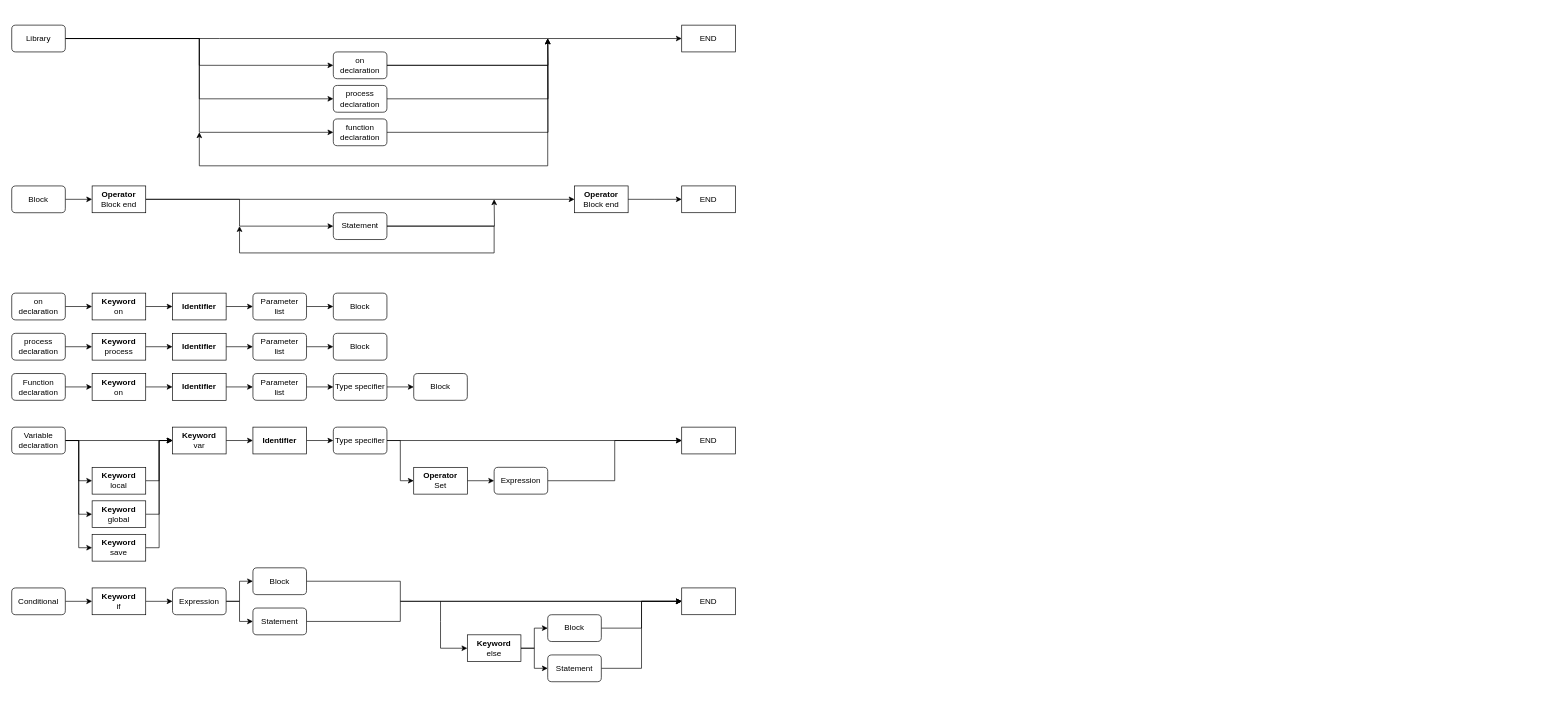
The draw.io diagram Hypercode Grammar.drawio in tecc/Hypercode, before the edit. Source tidied: cells renumbered, new cells numbered last; positions are measured from the earlier drawing's top-left corner, leaving out a move shared by most shapes. Both pictures are drawn from the tidied source at 67%, with x=0, y=0 at pixel (11, 25).
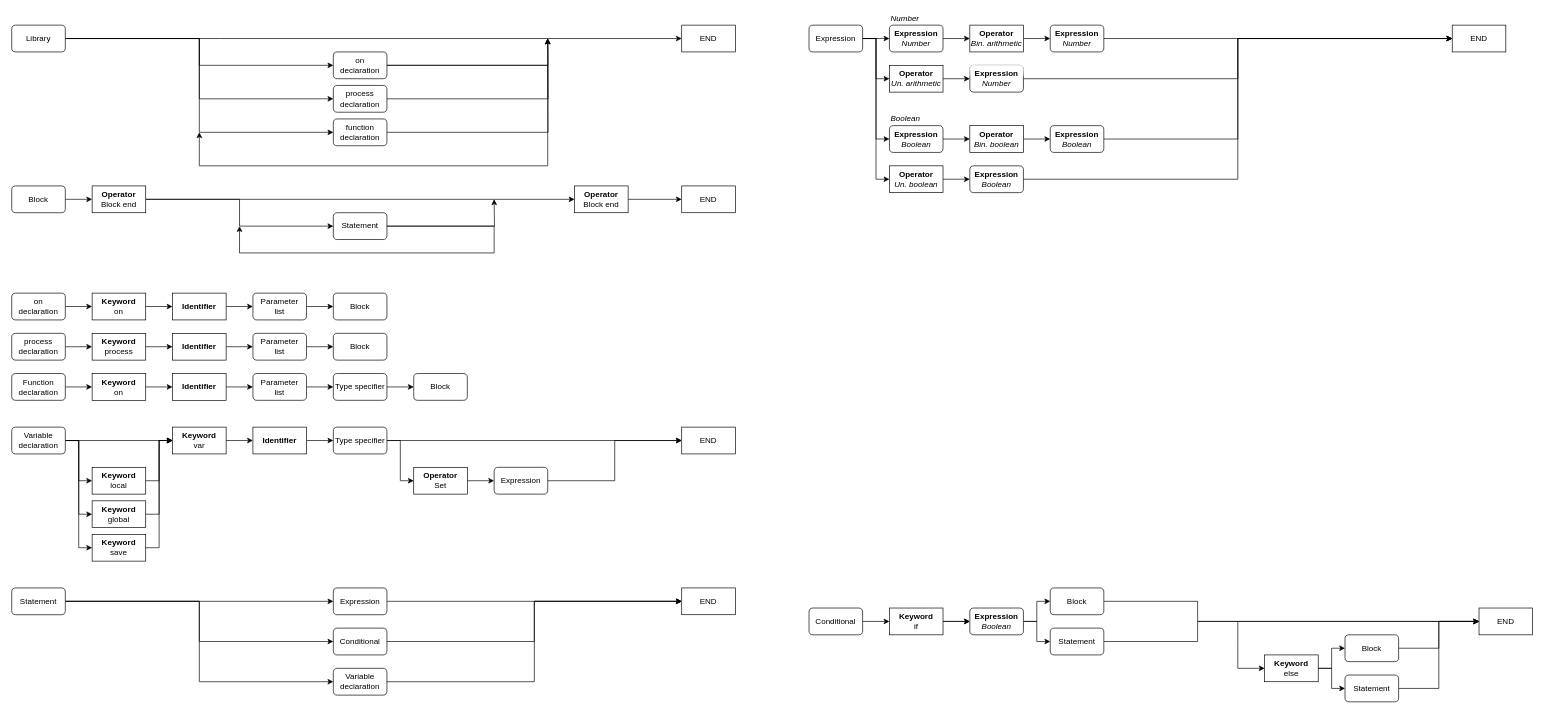
The same diagram, later.

What changed in the source:
```diff
@@
     <mxCell id="79" value="Conditional" style="rounded=1;whiteSpace=wrap;html=1;" parent="1" vertex="1">
-      <mxGeometry y="840" width="80" height="40" as="geometry" />
+      <mxGeometry x="1190" y="870" width="80" height="40" as="geometry" />
     </mxCell>
@@
+    <mxCell id="98" style="edgeStyle=orthogonalEdgeStyle;rounded=0;jettySize=auto;html=1;" parent="1" edge="1" source="81" target="84">
+      <mxGeometry relative="1" as="geometry" />
+    </mxCell>
     <mxCell id="81" value="&lt;b&gt;Keyword&lt;br&gt;&lt;/b&gt;if&lt;br&gt;&lt;b&gt;&lt;/b&gt;" style="rounded=0;whiteSpace=wrap;html=1;" parent="1" vertex="1">
-      <mxGeometry x="120" y="840" width="80" height="40" as="geometry" />
+      <mxGeometry x="1310" y="870" width="80" height="40" as="geometry" />
     </mxCell>
@@
-    <mxCell id="84" value="Expression" style="rounded=1;whiteSpace=wrap;html=1;" parent="1" vertex="1">
-      <mxGeometry x="240" y="840" width="80" height="40" as="geometry" />
+    <mxCell id="84" value="&lt;div&gt;&lt;b&gt;Expression&lt;/b&gt;&lt;/div&gt;&lt;div&gt;&lt;i&gt;Boolean&lt;/i&gt;&lt;br&gt;&lt;b&gt;&lt;/b&gt;&lt;/div&gt;" style="rounded=1;whiteSpace=wrap;html=1;" parent="1" vertex="1">
+      <mxGeometry x="1430" y="870" width="80" height="40" as="geometry" />
     </mxCell>
     <mxCell id="85" style="edgeStyle=orthogonalEdgeStyle;rounded=0;jettySize=auto;html=1;entryX=0;entryY=0.5;entryDx=0;entryDy=0;" parent="1" edge="1" source="86" target="87">
       <mxGeometry relative="1" as="geometry">
         <Array as="points">
-          <mxPoint x="580" y="830" />
-          <mxPoint x="580" y="860" />
+          <mxPoint x="1770" y="860" />
+          <mxPoint x="1770" y="890" />
         </Array>
       </mxGeometry>
     </mxCell>
     <mxCell id="86" value="Block" style="rounded=1;whiteSpace=wrap;html=1;" parent="1" vertex="1">
-      <mxGeometry x="360" y="810" width="80" height="40" as="geometry" />
+      <mxGeometry x="1550" y="840" width="80" height="40" as="geometry" />
     </mxCell>
     <mxCell id="87" value="END" style="rounded=0;whiteSpace=wrap;html=1;" parent="1" vertex="1">
-      <mxGeometry x="1000" y="840" width="80" height="40" as="geometry" />
+      <mxGeometry x="2190" y="870" width="80" height="40" as="geometry" />
     </mxCell>
     <mxCell id="88" style="edgeStyle=orthogonalEdgeStyle;rounded=0;jettySize=auto;html=1;entryX=0;entryY=0.5;entryDx=0;entryDy=0;" parent="1" edge="1" source="90" target="87">
       <mxGeometry relative="1" as="geometry">
         <Array as="points">
-          <mxPoint x="580" y="890" />
-          <mxPoint x="580" y="860" />
+          <mxPoint x="1770" y="920" />
+          <mxPoint x="1770" y="890" />
         </Array>
       </mxGeometry>
     </mxCell>
     <mxCell id="89" style="edgeStyle=orthogonalEdgeStyle;rounded=0;jettySize=auto;html=1;entryX=0;entryY=0.5;entryDx=0;entryDy=0;" parent="1" edge="1" target="93">
       <mxGeometry relative="1" as="geometry">
-        <mxPoint x="640" y="860" as="sourcePoint" />
+        <mxPoint x="1830" y="890" as="sourcePoint" />
         <Array as="points">
-          <mxPoint x="640" y="890" />
-          <mxPoint x="640" y="930" />
+          <mxPoint x="1830" y="920" />
+          <mxPoint x="1830" y="960" />
         </Array>
       </mxGeometry>
     </mxCell>
     <mxCell id="90" value="Statement" style="rounded=1;whiteSpace=wrap;html=1;" parent="1" vertex="1">
-      <mxGeometry x="360" y="870" width="80" height="40" as="geometry" />
+      <mxGeometry x="1550" y="900" width="80" height="40" as="geometry" />
     </mxCell>
@@
     <mxCell id="93" value="&lt;b&gt;Keyword&lt;br&gt;&lt;/b&gt;else&lt;br&gt;&lt;b&gt;&lt;/b&gt;" style="rounded=0;whiteSpace=wrap;html=1;" parent="1" vertex="1">
-      <mxGeometry x="680" y="910" width="80" height="40" as="geometry" />
+      <mxGeometry x="1870" y="940" width="80" height="40" as="geometry" />
     </mxCell>
@@
     <mxCell id="95" value="Block" style="rounded=1;whiteSpace=wrap;html=1;" parent="1" vertex="1">
-      <mxGeometry x="800" y="880" width="80" height="40" as="geometry" />
+      <mxGeometry x="1990" y="910" width="80" height="40" as="geometry" />
     </mxCell>
@@
     <mxCell id="97" value="Statement" style="rounded=1;whiteSpace=wrap;html=1;" parent="1" vertex="1">
-      <mxGeometry x="800" y="940" width="80" height="40" as="geometry" />
+      <mxGeometry x="1990" y="970" width="80" height="40" as="geometry" />
     </mxCell>
+    <mxCell id="99" style="edgeStyle=orthogonalEdgeStyle;rounded=0;jettySize=auto;html=1;entryX=0;entryY=0.5;entryDx=0;entryDy=0;" parent="1" edge="1" source="102" target="105">
+      <mxGeometry relative="1" as="geometry" />
+    </mxCell>
+    <mxCell id="100" style="edgeStyle=orthogonalEdgeStyle;rounded=0;jettySize=auto;html=1;entryX=0;entryY=0.5;entryDx=0;entryDy=0;" parent="1" edge="1" source="102" target="107">
+      <mxGeometry relative="1" as="geometry" />
+    </mxCell>
+    <mxCell id="101" style="edgeStyle=orthogonalEdgeStyle;rounded=0;jettySize=auto;html=1;entryX=0;entryY=0.5;entryDx=0;entryDy=0;" parent="1" edge="1" source="102" target="109">
+      <mxGeometry relative="1" as="geometry" />
+    </mxCell>
+    <mxCell id="102" value="Statement" style="rounded=1;whiteSpace=wrap;html=1;" parent="1" vertex="1">
+      <mxGeometry y="840" width="80" height="40" as="geometry" />
+    </mxCell>
+    <mxCell id="103" value="END" style="rounded=0;whiteSpace=wrap;html=1;" parent="1" vertex="1">
+      <mxGeometry x="1000" y="840" width="80" height="40" as="geometry" />
+    </mxCell>
+    <mxCell id="104" style="edgeStyle=orthogonalEdgeStyle;rounded=0;jettySize=auto;html=1;entryX=0;entryY=0.5;entryDx=0;entryDy=0;" parent="1" edge="1" source="105" target="103">
+      <mxGeometry relative="1" as="geometry" />
+    </mxCell>
+    <mxCell id="105" value="Conditional" style="rounded=1;whiteSpace=wrap;html=1;" parent="1" vertex="1">
+      <mxGeometry x="480" y="900" width="80" height="40" as="geometry" />
+    </mxCell>
+    <mxCell id="106" style="edgeStyle=orthogonalEdgeStyle;rounded=0;jettySize=auto;html=1;entryX=0;entryY=0.5;entryDx=0;entryDy=0;" parent="1" edge="1" source="107" target="103">
+      <mxGeometry relative="1" as="geometry" />
+    </mxCell>
+    <mxCell id="107" value="Variable&lt;br&gt;declaration" style="rounded=1;whiteSpace=wrap;html=1;" parent="1" vertex="1">
+      <mxGeometry x="480" y="960" width="80" height="40" as="geometry" />
+    </mxCell>
+    <mxCell id="108" style="edgeStyle=orthogonalEdgeStyle;rounded=0;jettySize=auto;html=1;entryX=0;entryY=0.5;entryDx=0;entryDy=0;" parent="1" edge="1" source="109" target="103">
+      <mxGeometry relative="1" as="geometry" />
+    </mxCell>
+    <mxCell id="109" value="Expression" style="rounded=1;whiteSpace=wrap;html=1;" parent="1" vertex="1">
+      <mxGeometry x="480" y="840" width="80" height="40" as="geometry" />
+    </mxCell>
+    <mxCell id="110" style="edgeStyle=orthogonalEdgeStyle;rounded=0;jettySize=auto;html=1;" parent="1" edge="1" source="114" target="117">
+      <mxGeometry relative="1" as="geometry" />
+    </mxCell>
+    <mxCell id="111" style="edgeStyle=orthogonalEdgeStyle;rounded=0;jettySize=auto;html=1;entryX=0;entryY=0.5;entryDx=0;entryDy=0;" parent="1" edge="1" source="114" target="125">
+      <mxGeometry relative="1" as="geometry" />
+    </mxCell>
+    <mxCell id="112" style="edgeStyle=orthogonalEdgeStyle;rounded=0;jettySize=auto;html=1;entryX=0;entryY=0.5;entryDx=0;entryDy=0;" parent="1" edge="1" source="114" target="127">
+      <mxGeometry relative="1" as="geometry" />
+    </mxCell>
+    <mxCell id="113" style="edgeStyle=orthogonalEdgeStyle;rounded=0;jettySize=auto;html=1;entryX=0;entryY=0.5;entryDx=0;entryDy=0;" parent="1" edge="1" source="114" target="135">
+      <mxGeometry relative="1" as="geometry" />
+    </mxCell>
+    <mxCell id="114" value="Expression" style="rounded=1;whiteSpace=wrap;html=1;" parent="1" vertex="1">
+      <mxGeometry x="1190" width="80" height="40" as="geometry" />
+    </mxCell>
+    <mxCell id="115" value="END" style="rounded=0;whiteSpace=wrap;html=1;" parent="1" vertex="1">
+      <mxGeometry x="2150" width="80" height="40" as="geometry" />
+    </mxCell>
+    <mxCell id="116" style="edgeStyle=orthogonalEdgeStyle;rounded=0;jettySize=auto;html=1;entryX=0;entryY=0.5;entryDx=0;entryDy=0;" parent="1" edge="1" source="117" target="121">
+      <mxGeometry relative="1" as="geometry" />
+    </mxCell>
+    <mxCell id="117" value="&lt;b&gt;Expression&lt;br&gt;&lt;/b&gt;&lt;i&gt;Number&lt;/i&gt;&lt;br&gt;&lt;b&gt;&lt;/b&gt;" style="rounded=1;whiteSpace=wrap;html=1;" parent="1" vertex="1">
+      <mxGeometry x="1310" width="80" height="40" as="geometry" />
+    </mxCell>
+    <mxCell id="118" style="edgeStyle=orthogonalEdgeStyle;rounded=0;jettySize=auto;html=1;entryX=0;entryY=0.5;entryDx=0;entryDy=0;" parent="1" edge="1" source="119" target="115">
+      <mxGeometry relative="1" as="geometry" />
+    </mxCell>
+    <mxCell id="119" value="&lt;b&gt;Expression&lt;br&gt;&lt;/b&gt;&lt;i&gt;Number&lt;/i&gt;&lt;br&gt;&lt;b&gt;&lt;/b&gt;" style="rounded=1;whiteSpace=wrap;html=1;" parent="1" vertex="1">
+      <mxGeometry x="1550" width="80" height="40" as="geometry" />
+    </mxCell>
+    <mxCell id="120" style="edgeStyle=orthogonalEdgeStyle;rounded=0;jettySize=auto;html=1;" parent="1" edge="1" source="121" target="119">
+      <mxGeometry relative="1" as="geometry" />
+    </mxCell>
+    <mxCell id="121" value="&lt;b&gt;Operator&lt;br&gt;&lt;/b&gt;&lt;i&gt;Bin. arithmetic&lt;/i&gt;&lt;br&gt;&lt;b&gt;&lt;/b&gt;" style="rounded=0;whiteSpace=wrap;html=1;" parent="1" vertex="1">
+      <mxGeometry x="1430" width="80" height="40" as="geometry" />
+    </mxCell>
+    <mxCell id="122" style="edgeStyle=orthogonalEdgeStyle;rounded=0;jettySize=auto;html=1;entryX=0;entryY=0.5;entryDx=0;entryDy=0;" parent="1" edge="1" source="123" target="115">
+      <mxGeometry relative="1" as="geometry" />
+    </mxCell>
+    <mxCell id="123" value="&lt;b&gt;Expression&lt;br&gt;&lt;/b&gt;&lt;i&gt;Number&lt;br&gt;&lt;/i&gt;" style="rounded=1;whiteSpace=wrap;html=1;glass=1;" parent="1" vertex="1">
+      <mxGeometry x="1430" y="60" width="80" height="40" as="geometry" />
+    </mxCell>
+    <mxCell id="124" style="edgeStyle=orthogonalEdgeStyle;rounded=0;jettySize=auto;html=1;" parent="1" edge="1" source="125" target="123">
+      <mxGeometry relative="1" as="geometry" />
+    </mxCell>
+    <mxCell id="125" value="&lt;b&gt;Operator&lt;br&gt;&lt;/b&gt;&lt;i&gt;Un. arithmetic&lt;/i&gt;&lt;br&gt;&lt;b&gt;&lt;/b&gt;" style="rounded=0;whiteSpace=wrap;html=1;" parent="1" vertex="1">
+      <mxGeometry x="1310" y="60" width="80" height="40" as="geometry" />
+    </mxCell>
+    <mxCell id="126" style="edgeStyle=orthogonalEdgeStyle;rounded=0;jettySize=auto;html=1;entryX=0;entryY=0.5;entryDx=0;entryDy=0;" parent="1" edge="1" source="127" target="129">
+      <mxGeometry relative="1" as="geometry" />
+    </mxCell>
+    <mxCell id="127" value="&lt;b&gt;Expression&lt;br&gt;&lt;/b&gt;&lt;i&gt;Boolean&lt;/i&gt;&lt;br&gt;&lt;b&gt;&lt;/b&gt;" style="rounded=1;whiteSpace=wrap;html=1;" parent="1" vertex="1">
+      <mxGeometry x="1310" y="150" width="80" height="40" as="geometry" />
+    </mxCell>
+    <mxCell id="128" style="edgeStyle=orthogonalEdgeStyle;rounded=0;jettySize=auto;html=1;" parent="1" edge="1" source="129" target="131">
+      <mxGeometry relative="1" as="geometry" />
+    </mxCell>
+    <mxCell id="129" value="&lt;b&gt;Operator&lt;br&gt;&lt;/b&gt;&lt;i&gt;Bin. boolean&lt;/i&gt;&lt;br&gt;&lt;b&gt;&lt;/b&gt;" style="rounded=0;whiteSpace=wrap;html=1;" parent="1" vertex="1">
+      <mxGeometry x="1430" y="150" width="80" height="40" as="geometry" />
+    </mxCell>
+    <mxCell id="130" style="edgeStyle=orthogonalEdgeStyle;rounded=0;jettySize=auto;html=1;entryX=0;entryY=0.5;entryDx=0;entryDy=0;" parent="1" edge="1" source="131" target="115">
+      <mxGeometry relative="1" as="geometry">
+        <Array as="points">
+          <mxPoint x="1830" y="170" />
+          <mxPoint x="1830" y="20" />
+        </Array>
+      </mxGeometry>
+    </mxCell>
+    <mxCell id="131" value="&lt;b&gt;Expression&lt;br&gt;&lt;/b&gt;&lt;i&gt;Boolean&lt;/i&gt;&lt;br&gt;&lt;b&gt;&lt;/b&gt;" style="rounded=1;whiteSpace=wrap;html=1;" parent="1" vertex="1">
+      <mxGeometry x="1550" y="150" width="80" height="40" as="geometry" />
+    </mxCell>
+    <mxCell id="132" style="edgeStyle=orthogonalEdgeStyle;rounded=0;jettySize=auto;html=1;entryX=0;entryY=0.5;entryDx=0;entryDy=0;" parent="1" edge="1" source="133" target="115">
+      <mxGeometry relative="1" as="geometry" />
+    </mxCell>
+    <mxCell id="133" value="&lt;b&gt;Expression&lt;br&gt;&lt;/b&gt;&lt;i&gt;Boolean&lt;/i&gt;&lt;br&gt;&lt;b&gt;&lt;/b&gt;" style="rounded=1;whiteSpace=wrap;html=1;" parent="1" vertex="1">
+      <mxGeometry x="1430" y="210" width="80" height="40" as="geometry" />
+    </mxCell>
+    <mxCell id="134" style="edgeStyle=orthogonalEdgeStyle;rounded=0;jettySize=auto;html=1;" parent="1" edge="1" source="135" target="133">
+      <mxGeometry relative="1" as="geometry" />
+    </mxCell>
+    <mxCell id="135" value="&lt;b&gt;Operator&lt;br&gt;&lt;/b&gt;&lt;i&gt;Un. boolean&lt;/i&gt;&lt;br&gt;&lt;b&gt;&lt;/b&gt;" style="rounded=0;whiteSpace=wrap;html=1;" parent="1" vertex="1">
+      <mxGeometry x="1310" y="210" width="80" height="40" as="geometry" />
+    </mxCell>
+    <mxCell id="136" value="&lt;i&gt;Boolean&lt;/i&gt;" style="text;html=1;align=left;verticalAlign=middle;" parent="1" vertex="1">
+      <mxGeometry x="1310" y="130" width="60" height="20" as="geometry" />
+    </mxCell>
+    <mxCell id="137" value="&lt;i&gt;Number&lt;/i&gt;" style="text;html=1;align=left;verticalAlign=middle;labelPosition=center;verticalLabelPosition=middle;" parent="1" vertex="1">
+      <mxGeometry x="1310" y="-20" width="60" height="20" as="geometry" />
+    </mxCell>
```
